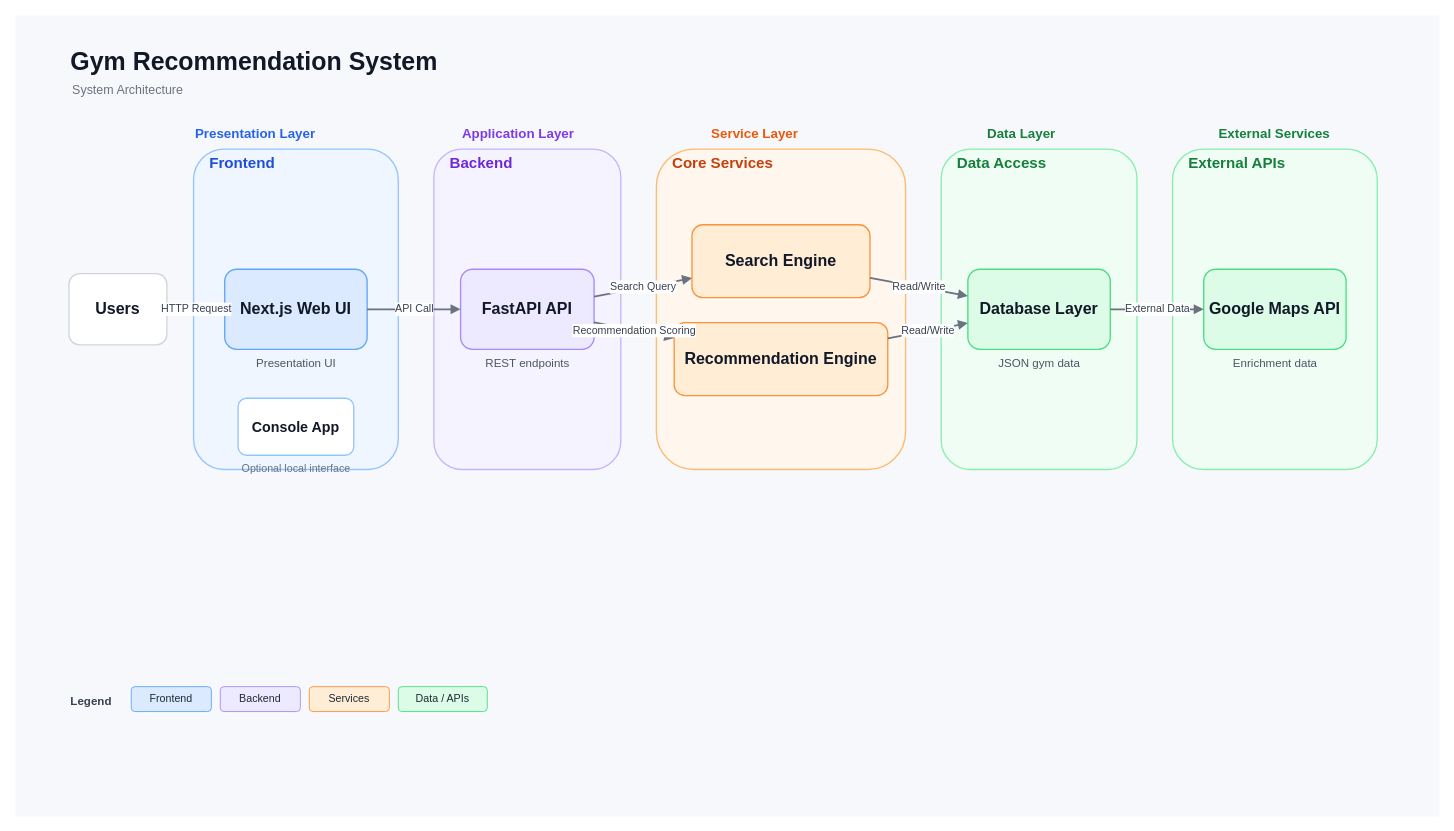
Earlier version of the draw.io diagram system_flowchart.drawio (AmberrTan/CV1014). Source tidied: cells renumbered, new cells numbered last; positions are measured from the earlier drawing's top-left corner, leaving out a move shared by most shapes. Both pictures are drawn from the tidied source at 89%, with x=0, y=0 at pixel (15, 15).
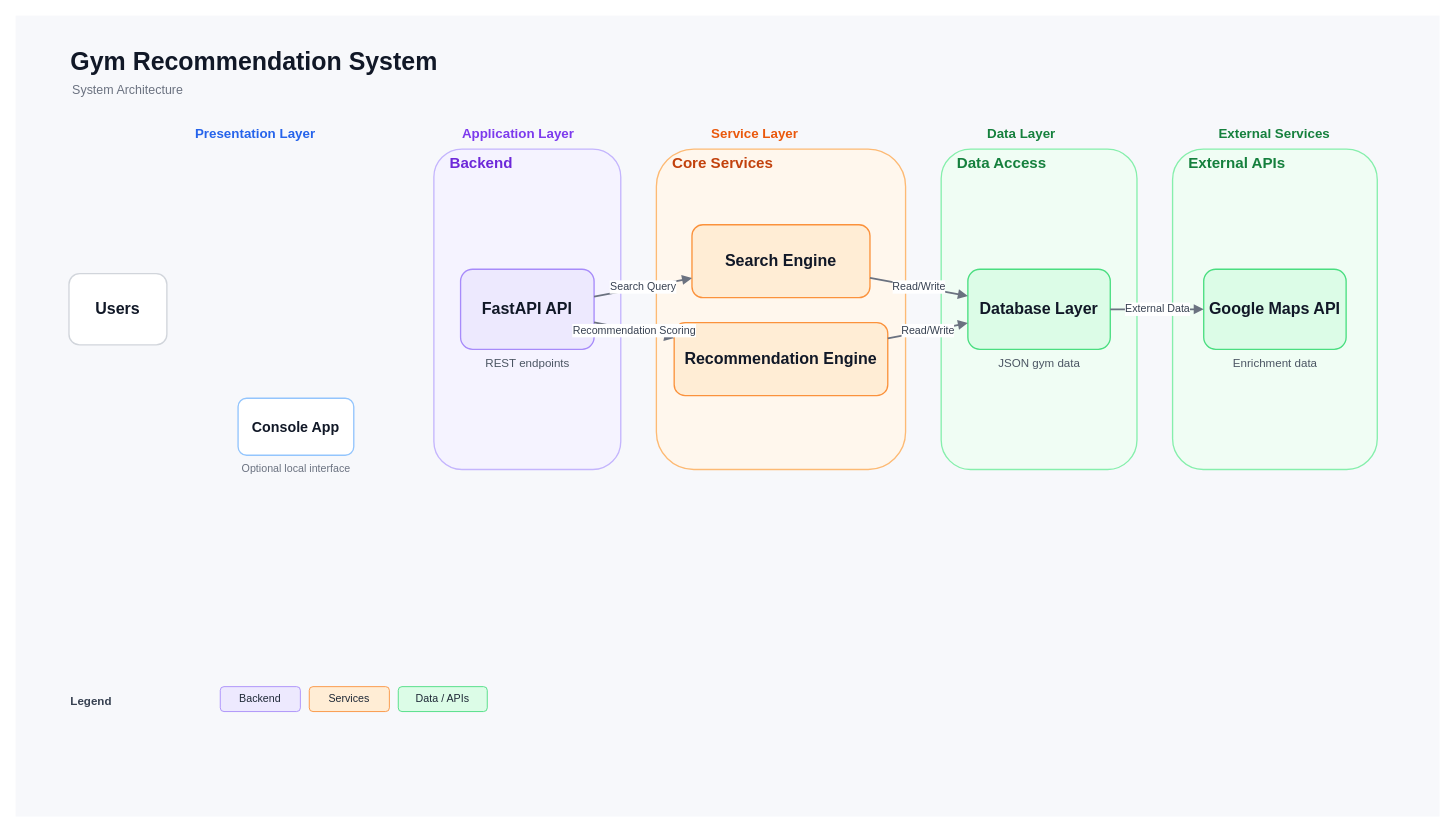
Above is the later version.

Commit message (it also covers changes not shown here):
refactor: align docs and diagram with UI removal

Unchanged cells that the change refers to:
```xml
<mxCell id="10" value="Users" style="rounded=1;whiteSpace=wrap;html=1;fillColor=#ffffff;strokeColor=#d1d5db;strokeWidth=1.5;fontSize=18;fontStyle=1;fontColor=#111827;" parent="1" vertex="1">
  <mxGeometry x="60" y="290" width="110" height="80" as="geometry" />
</mxCell>
<mxCell id="17" value="FastAPI API" style="rounded=1;whiteSpace=wrap;html=1;fillColor=#ede9fe;strokeColor=#a78bfa;strokeWidth=1.5;fontSize=18;fontStyle=1;fontColor=#111827;" parent="1" vertex="1">
  <mxGeometry x="500" y="285" width="150" height="90" as="geometry" />
</mxCell>
```

The edit, as a diff of the source:
```diff
@@
-    <mxCell id="11" value="Frontend" style="rounded=1;whiteSpace=wrap;html=1;fillColor=#eff6ff;strokeColor=#93c5fd;strokeWidth=1.5;fontSize=17;fontStyle=1;align=left;spacingLeft=16;verticalAlign=top;fontColor=#1d4ed8;" parent="1" vertex="1">
-      <mxGeometry x="200" y="150" width="230" height="360" as="geometry" />
-    </mxCell>
-    <mxCell id="12" value="Next.js Web UI" style="rounded=1;whiteSpace=wrap;html=1;fillColor=#dbeafe;strokeColor=#60a5fa;strokeWidth=1.5;fontSize=18;fontStyle=1;fontColor=#111827;" parent="1" vertex="1">
-      <mxGeometry x="235" y="285" width="160" height="90" as="geometry" />
-    </mxCell>
-    <mxCell id="13" value="Presentation UI" style="text;html=1;strokeColor=none;fillColor=none;align=center;verticalAlign=middle;fontSize=13;fontColor=#4b5563;" parent="1" vertex="1">
-      <mxGeometry x="245" y="380" width="140" height="20" as="geometry" />
-    </mxCell>
@@
-    <mxCell id="29" value="Frontend" style="rounded=1;whiteSpace=wrap;html=1;fillColor=#dbeafe;strokeColor=#60a5fa;strokeWidth=1;fontSize=12;fontColor=#1f2937;" parent="1" vertex="1">
-      <mxGeometry x="130" y="754" width="90" height="28" as="geometry" />
-    </mxCell>
@@
-    <mxCell id="33" value="HTTP Request" style="endArrow=block;html=1;rounded=0;strokeWidth=2;strokeColor=#6b7280;fontSize=12;fontColor=#374151;" parent="1" edge="1" source="10" target="12">
-      <mxGeometry relative="1" as="geometry" />
-    </mxCell>
-    <mxCell id="34" value="API Call" style="endArrow=block;html=1;rounded=0;strokeWidth=2;strokeColor=#6b7280;fontSize=12;fontColor=#374151;" parent="1" edge="1" source="12" target="17">
-      <mxGeometry relative="1" as="geometry" />
-    </mxCell>
```
